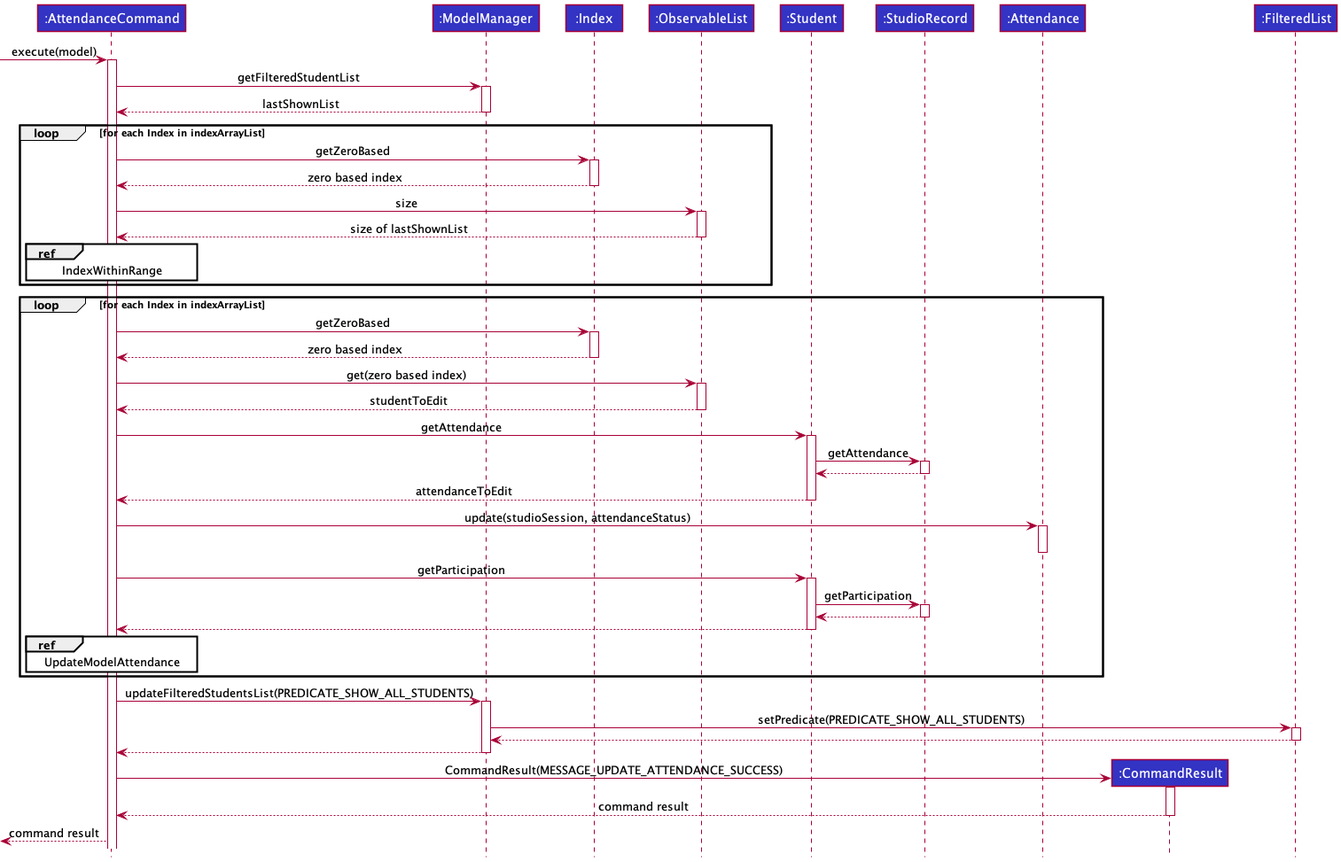
This is docs/images/logic/commands/attendancecommand/AttendanceCommandSequenceDiagram.png from nus-cs2103-AY2122S1/tp, a PlantUML export, as it was before one commit. Source of this version:
```plantuml
@startuml
!include ../../../style.puml

Participant ":AttendanceCommand" as ac LOGIC_COLOR
Participant ":ModelManager" as mm LOGIC_COLOR
Participant ":Index" as i LOGIC_COLOR
Participant ":ObservableList" as ol LOGIC_COLOR
Participant ":Student" as st LOGIC_COLOR
Participant ":StudioRecord" as sr LOGIC_COLOR
Participant ":Attendance" as at LOGIC_COLOR
Participant ":CommandResult" as cr LOGIC_COLOR
Participant ":FilteredList" as fl LOGIC_COLOR

[-> ac : execute(model)
activate ac
ac -> mm ++: getFilteredStudentList
mm --> ac --: lastShownList

loop for each Index in indexArrayList
    ac -> i ++ : getZeroBased
    i --> ac -- : zero based index
    ac -> ol ++ : size
    ol --> ac -- : size of lastShownList
    ref over ac : IndexWithinRange
end loop

loop for each Index in indexArrayList
    ac -> i ++ : getZeroBased
    i --> ac -- : zero based index
    ac -> ol ++ : get(zero based index)
    ol --> ac -- : studentToEdit
    ac -> st ++ : getAttendance
    st -> sr ++ : getAttendance
    sr --> st --
    st --> ac -- : attendanceToEdit
    ac -> at ++ : update(studioSession, attendanceStatus)
    deactivate at
    ac -> st ++ : getParticipation
    st -> sr ++ : getParticipation
    sr --> st --
    st --> ac --
    ref over ac : UpdateModelAttendance
end loop

ac -> mm ++ : updateFilteredStudentsList(PREDICATE_SHOW_ALL_STUDENTS)
mm -> fl ++ : setPredicate(PREDICATE_SHOW_ALL_STUDENTS)
fl --> mm --
mm --> ac --

create cr
ac -> cr ++ : CommandResult(MESSAGE_UPDATE_ATTENDANCE_SUCCESS)
cr --> ac -- : command result
<-- ac : command result

@enduml
```
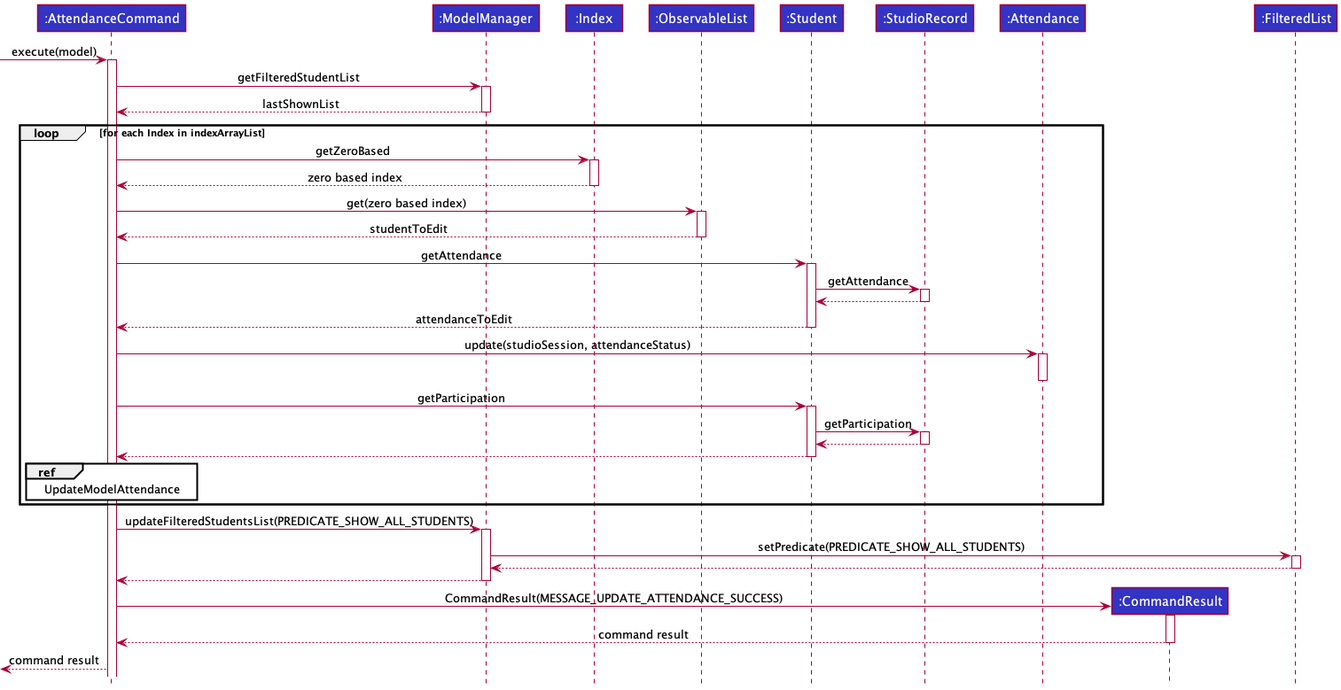
Above is the later version.

The edit, as a diff of the source:
```diff
@@ -15,14 +15,6 @@
 activate ac
 ac -> mm ++: getFilteredStudentList
 mm --> ac --: lastShownList
-
-loop for each Index in indexArrayList
-    ac -> i ++ : getZeroBased
-    i --> ac -- : zero based index
-    ac -> ol ++ : size
-    ol --> ac -- : size of lastShownList
-    ref over ac : IndexWithinRange
-end loop
 
 loop for each Index in indexArrayList
     ac -> i ++ : getZeroBased
```
